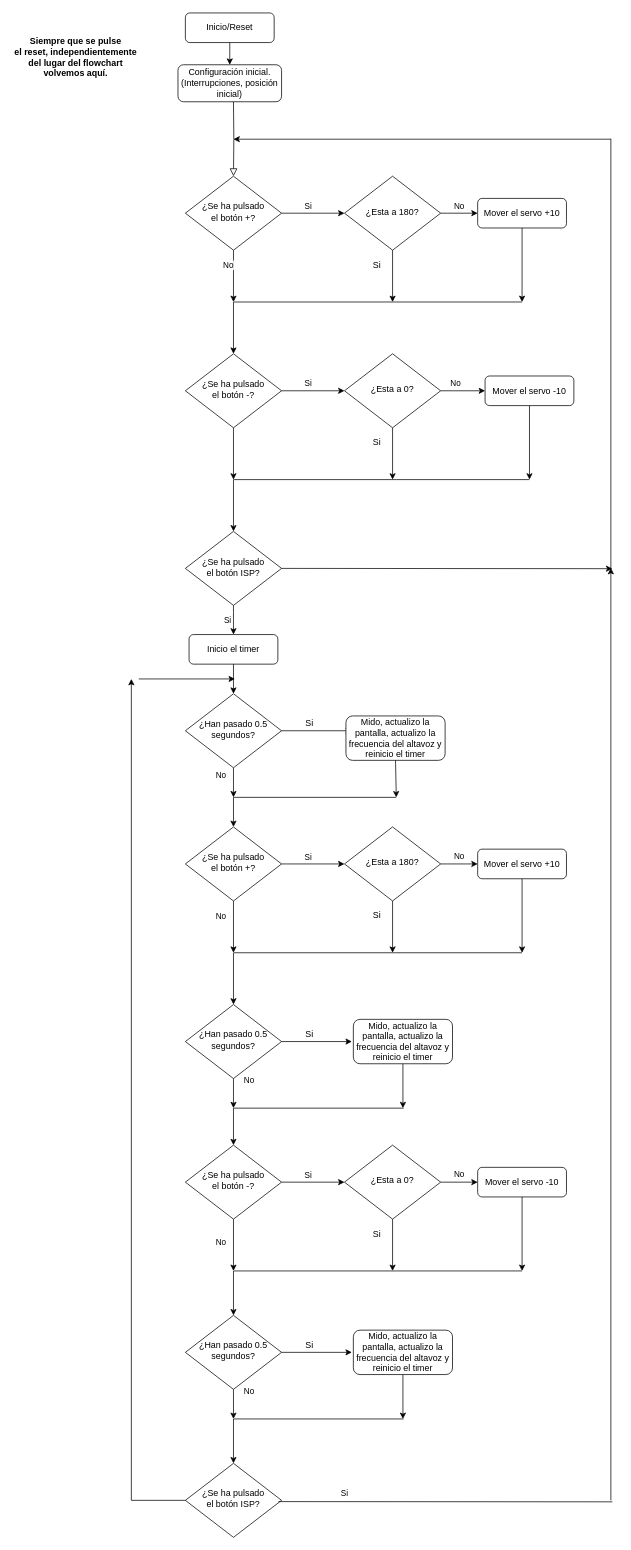
Before: Documentación/Sed_ Manual.drawio in LesmusTrompiz/SED_EC_JO_20-21, a draw.io diagram. Source tidied: cells renumbered, new cells numbered last; positions are measured from the earlier drawing's top-left corner, leaving out a move shared by most shapes. Both pictures are drawn from the tidied source at 74%, with x=0, y=0 at pixel (13, 13).
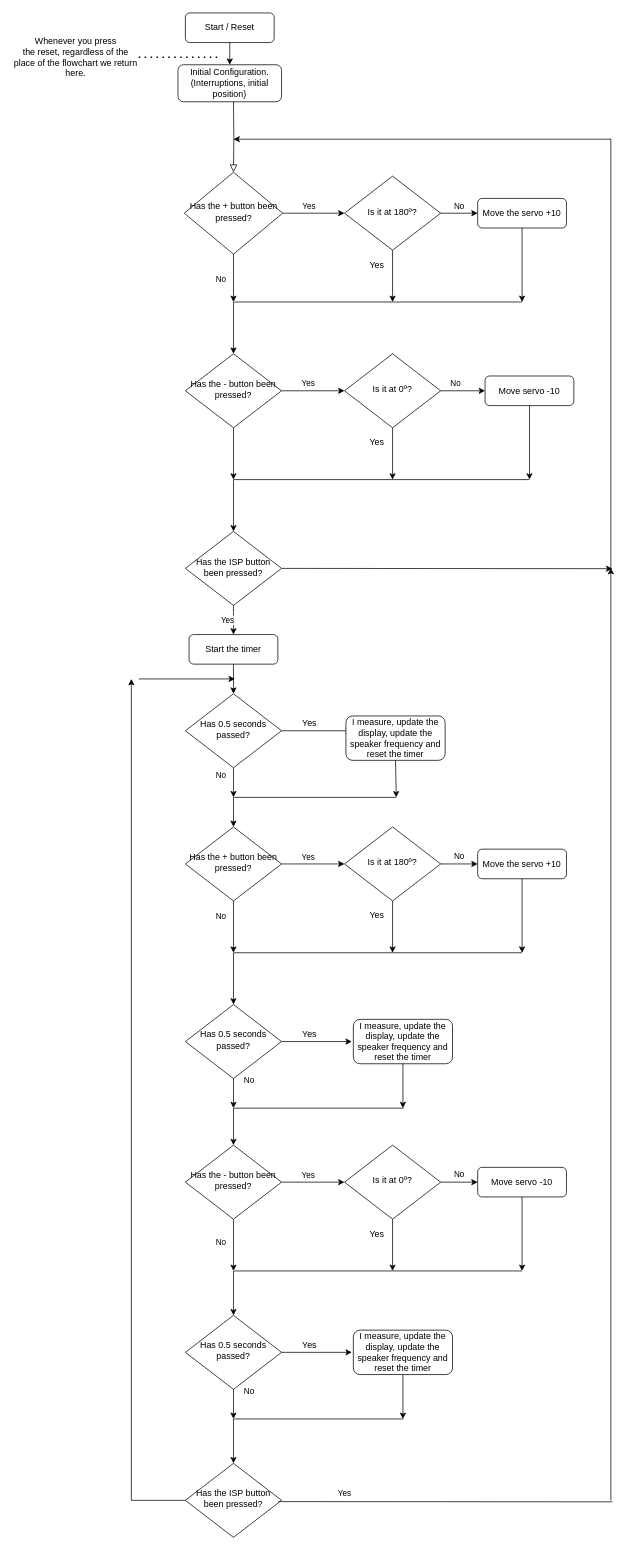
After the change.

The change refers to these unchanged cells:
```xml
<mxCell id="8" style="endArrow=classic;html=1;exitX=1;exitY=0.5;exitDx=0;exitDy=0;" parent="1" edge="1" source="4" target="7">
  <mxGeometry relative="1" as="geometry" />
</mxCell>
<mxCell id="10" style="endArrow=classic;html=1;exitX=0.5;exitY=1;exitDx=0;exitDy=0;" parent="1" edge="1" source="4">
  <mxGeometry relative="1" as="geometry">
    <mxPoint x="298" y="390.6" as="targetPoint" />
  </mxGeometry>
</mxCell>
<mxCell id="22" style="endArrow=classic;html=1;exitX=1;exitY=0.5;exitDx=0;exitDy=0;" parent="1" edge="1" source="19" target="21">
  <mxGeometry relative="1" as="geometry" />
</mxCell>
<mxCell id="45" style="endArrow=classic;html=1;exitX=1;exitY=0.5;exitDx=0;exitDy=0;" parent="1" edge="1" source="42" target="44">
  <mxGeometry relative="1" as="geometry" />
</mxCell>
<mxCell id="72" style="endArrow=classic;html=1;exitX=1;exitY=0.5;exitDx=0;exitDy=0;" parent="1" edge="1" source="69" target="71">
  <mxGeometry relative="1" as="geometry" />
</mxCell>
<mxCell id="94" style="endArrow=none;html=1;exitX=0.967;exitY=0.517;exitDx=0;exitDy=0;exitPerimeter=0;" parent="1" edge="1" source="93">
  <mxGeometry relative="1" as="geometry">
    <mxPoint x="810" y="2012" as="targetPoint" />
  </mxGeometry>
</mxCell>
```

Diff of the diagram source:
```diff
@@
-    <mxCell id="3" value="Inicio/Reset" style="rounded=1;whiteSpace=wrap;html=1;fontSize=12;glass=0;strokeWidth=1;shadow=0;" parent="1" vertex="1">
+    <mxCell id="3" value="Start / Reset" style="rounded=1;whiteSpace=wrap;html=1;fontSize=12;glass=0;strokeWidth=1;shadow=0;" parent="1" vertex="1">
       <mxGeometry x="233" width="120" height="40" as="geometry" />
     </mxCell>
-    <mxCell id="4" value="¿Se ha pulsado&lt;br&gt;el botón +?" style="rhombus;whiteSpace=wrap;html=1;shadow=0;fontFamily=Helvetica;fontSize=12;align=center;strokeWidth=1;spacing=6;spacingTop=-4;" parent="1" vertex="1">
-      <mxGeometry x="233" y="220.6" width="130" height="100" as="geometry" />
+    <mxCell id="4" value="Has the + button been pressed?" style="rhombus;whiteSpace=wrap;html=1;shadow=0;fontFamily=Helvetica;fontSize=12;align=center;strokeWidth=1;spacing=6;spacingTop=-4;" parent="1" vertex="1">
+      <mxGeometry x="231.5" y="215.3" width="133" height="110.6" as="geometry" />
     </mxCell>
-    <mxCell id="5" value="Mover el servo +10" style="rounded=1;whiteSpace=wrap;html=1;fontSize=12;glass=0;strokeWidth=1;shadow=0;" parent="1" vertex="1">
+    <mxCell id="5" value="Move the servo +10" style="rounded=1;whiteSpace=wrap;html=1;fontSize=12;glass=0;strokeWidth=1;shadow=0;" parent="1" vertex="1">
       <mxGeometry x="628" y="250.6" width="120" height="40" as="geometry" />
     </mxCell>
-    <mxCell id="6" value="Inicio el timer" style="rounded=1;whiteSpace=wrap;html=1;fontSize=12;glass=0;strokeWidth=1;shadow=0;" parent="1" vertex="1">
+    <mxCell id="6" value="Start the timer" style="rounded=1;whiteSpace=wrap;html=1;fontSize=12;glass=0;strokeWidth=1;shadow=0;" parent="1" vertex="1">
       <mxGeometry x="238" y="840" width="120" height="40" as="geometry" />
     </mxCell>
-    <mxCell id="7" value="¿Esta a 180?" style="rhombus;whiteSpace=wrap;html=1;shadow=0;fontFamily=Helvetica;fontSize=12;align=center;strokeWidth=1;spacing=6;spacingTop=-4;" parent="1" vertex="1">
+    <mxCell id="7" value="Is it at 180º?" style="rhombus;whiteSpace=wrap;html=1;shadow=0;fontFamily=Helvetica;fontSize=12;align=center;strokeWidth=1;spacing=6;spacingTop=-4;" parent="1" vertex="1">
       <mxGeometry x="448" y="220.6" width="130" height="100" as="geometry" />
     </mxCell>
@@
-    <mxCell id="9" value="Si" style="edgeLabel;html=1;align=center;verticalAlign=middle;" parent="8" vertex="1">
+    <mxCell id="9" value="Yes" style="edgeLabel;html=1;align=center;verticalAlign=middle;" parent="8" vertex="1">
       <mxGeometry x="-0.35" y="1" relative="1" as="geometry">
         <mxPoint x="7.6" y="-9" as="offset" />
       </mxGeometry>
     </mxCell>
@@
     <mxCell id="11" value="No" style="edgeLabel;html=1;align=center;verticalAlign=middle;" parent="10" vertex="1">
       <mxGeometry x="-0.4" y="1" relative="1" as="geometry">
-        <mxPoint x="-9" y="-0.8" as="offset" />
+        <mxPoint x="-19" y="14.1" as="offset" />
       </mxGeometry>
     </mxCell>
@@
-    <mxCell id="14" value="Si" style="text;html=1;strokeColor=none;fillColor=none;align=center;verticalAlign=middle;whiteSpace=wrap;rounded=0;" parent="1" vertex="1">
+    <mxCell id="14" value="Yes" style="text;html=1;strokeColor=none;fillColor=none;align=center;verticalAlign=middle;whiteSpace=wrap;rounded=0;" parent="1" vertex="1">
       <mxGeometry x="472" y="330.6" width="40" height="20" as="geometry" />
     </mxCell>
@@
-    <mxCell id="19" value="¿Se ha pulsado&lt;br&gt;el botón -?" style="rhombus;whiteSpace=wrap;html=1;shadow=0;fontFamily=Helvetica;fontSize=12;align=center;strokeWidth=1;spacing=6;spacingTop=-4;" parent="1" vertex="1">
+    <mxCell id="19" value="Has the - button been pressed?" style="rhombus;whiteSpace=wrap;html=1;shadow=0;fontFamily=Helvetica;fontSize=12;align=center;strokeWidth=1;spacing=6;spacingTop=-4;" parent="1" vertex="1">
       <mxGeometry x="233" y="460.6" width="130" height="100" as="geometry" />
     </mxCell>
-    <mxCell id="20" value="Mover el servo -10" style="rounded=1;whiteSpace=wrap;html=1;fontSize=12;glass=0;strokeWidth=1;shadow=0;" parent="1" vertex="1">
+    <mxCell id="20" value="Move servo -10" style="rounded=1;whiteSpace=wrap;html=1;fontSize=12;glass=0;strokeWidth=1;shadow=0;" parent="1" vertex="1">
       <mxGeometry x="638" y="490.6" width="120" height="40" as="geometry" />
     </mxCell>
-    <mxCell id="21" value="¿Esta a 0?" style="rhombus;whiteSpace=wrap;html=1;shadow=0;fontFamily=Helvetica;fontSize=12;align=center;strokeWidth=1;spacing=6;spacingTop=-4;" parent="1" vertex="1">
+    <mxCell id="21" value="Is it at 0º?" style="rhombus;whiteSpace=wrap;html=1;shadow=0;fontFamily=Helvetica;fontSize=12;align=center;strokeWidth=1;spacing=6;spacingTop=-4;" parent="1" vertex="1">
       <mxGeometry x="448" y="460.6" width="130" height="100" as="geometry" />
     </mxCell>
@@
-    <mxCell id="23" value="Si" style="edgeLabel;html=1;align=center;verticalAlign=middle;" parent="22" vertex="1">
+    <mxCell id="23" value="Yes" style="edgeLabel;html=1;align=center;verticalAlign=middle;" parent="22" vertex="1">
       <mxGeometry x="-0.35" y="1" relative="1" as="geometry">
         <mxPoint x="7.6" y="-9" as="offset" />
       </mxGeometry>
     </mxCell>
@@
-    <mxCell id="27" value="Si" style="text;html=1;strokeColor=none;fillColor=none;align=center;verticalAlign=middle;whiteSpace=wrap;rounded=0;" parent="1" vertex="1">
+    <mxCell id="27" value="Yes" style="text;html=1;strokeColor=none;fillColor=none;align=center;verticalAlign=middle;whiteSpace=wrap;rounded=0;" parent="1" vertex="1">
       <mxGeometry x="472" y="570.6" width="40" height="20" as="geometry" />
     </mxCell>
@@
-    <mxCell id="32" value="¿Se ha pulsado&lt;br&gt;el botón ISP?" style="rhombus;whiteSpace=wrap;html=1;shadow=0;fontFamily=Helvetica;fontSize=12;align=center;strokeWidth=1;spacing=6;spacingTop=-4;" parent="1" vertex="1">
+    <mxCell id="32" value="Has the ISP button been pressed?" style="rhombus;whiteSpace=wrap;html=1;shadow=0;fontFamily=Helvetica;fontSize=12;align=center;strokeWidth=1;spacing=6;spacingTop=-4;" parent="1" vertex="1">
       <mxGeometry x="233" y="700.6" width="130" height="100" as="geometry" />
     </mxCell>
@@
-    <mxCell id="35" value="Si" style="endArrow=classic;html=1;exitX=0.5;exitY=1;exitDx=0;exitDy=0;entryX=0.5;entryY=0;entryDx=0;entryDy=0;" parent="1" edge="1" source="32" target="6">
+    <mxCell id="35" value="Yes" style="endArrow=classic;html=1;exitX=0.5;exitY=1;exitDx=0;exitDy=0;entryX=0.5;entryY=0;entryDx=0;entryDy=0;" parent="1" edge="1" source="32" target="6">
       <mxGeometry x="-0.01" y="-8" relative="1" as="geometry">
         <Array as="points">
           <mxPoint x="298" y="820" />
         </Array>
       </mxGeometry>
     </mxCell>
@@
-    <mxCell id="37" value="¿Han pasado 0.5 segundos?" style="rhombus;whiteSpace=wrap;html=1;shadow=0;fontFamily=Helvetica;fontSize=12;align=center;strokeWidth=1;spacing=6;spacingTop=-4;" parent="1" vertex="1">
+    <mxCell id="37" value="Has 0.5 seconds passed?" style="rhombus;whiteSpace=wrap;html=1;shadow=0;fontFamily=Helvetica;fontSize=12;align=center;strokeWidth=1;spacing=6;spacingTop=-4;" parent="1" vertex="1">
       <mxGeometry x="233" y="920" width="130" height="100" as="geometry" />
     </mxCell>
@@
-    <mxCell id="40" value="Configuración inicial.(Interrupciones, posición inicial)" style="rounded=1;whiteSpace=wrap;html=1;fontSize=12;glass=0;strokeWidth=1;shadow=0;" parent="1" vertex="1">
+    <mxCell id="40" value="Initial Configuration. (Interruptions, initial position)" style="rounded=1;whiteSpace=wrap;html=1;fontSize=12;glass=0;strokeWidth=1;shadow=0;" parent="1" vertex="1">
       <mxGeometry x="223" y="70" width="140" height="50" as="geometry" />
     </mxCell>
@@
-    <mxCell id="42" value="¿Se ha pulsado&lt;br&gt;el botón +?" style="rhombus;whiteSpace=wrap;html=1;shadow=0;fontFamily=Helvetica;fontSize=12;align=center;strokeWidth=1;spacing=6;spacingTop=-4;" parent="1" vertex="1">
+    <mxCell id="42" value="Has the + button been pressed?" style="rhombus;whiteSpace=wrap;html=1;shadow=0;fontFamily=Helvetica;fontSize=12;align=center;strokeWidth=1;spacing=6;spacingTop=-4;" parent="1" vertex="1">
       <mxGeometry x="233" y="1100" width="130" height="100" as="geometry" />
     </mxCell>
-    <mxCell id="43" value="Mover el servo +10" style="rounded=1;whiteSpace=wrap;html=1;fontSize=12;glass=0;strokeWidth=1;shadow=0;" parent="1" vertex="1">
+    <mxCell id="43" value="Move the servo +10" style="rounded=1;whiteSpace=wrap;html=1;fontSize=12;glass=0;strokeWidth=1;shadow=0;" parent="1" vertex="1">
       <mxGeometry x="628" y="1130" width="120" height="40" as="geometry" />
     </mxCell>
-    <mxCell id="44" value="¿Esta a 180?" style="rhombus;whiteSpace=wrap;html=1;shadow=0;fontFamily=Helvetica;fontSize=12;align=center;strokeWidth=1;spacing=6;spacingTop=-4;" parent="1" vertex="1">
+    <mxCell id="44" value="Is it at 180º?" style="rhombus;whiteSpace=wrap;html=1;shadow=0;fontFamily=Helvetica;fontSize=12;align=center;strokeWidth=1;spacing=6;spacingTop=-4;" parent="1" vertex="1">
       <mxGeometry x="448" y="1100" width="130" height="100" as="geometry" />
     </mxCell>
@@
-    <mxCell id="46" value="Si" style="edgeLabel;html=1;align=center;verticalAlign=middle;" parent="45" vertex="1">
+    <mxCell id="46" value="Yes" style="edgeLabel;html=1;align=center;verticalAlign=middle;" parent="45" vertex="1">
       <mxGeometry x="-0.35" y="1" relative="1" as="geometry">
         <mxPoint x="7.6" y="-9" as="offset" />
       </mxGeometry>
     </mxCell>
@@
-    <mxCell id="51" value="Si" style="text;html=1;strokeColor=none;fillColor=none;align=center;verticalAlign=middle;whiteSpace=wrap;rounded=0;" parent="1" vertex="1">
+    <mxCell id="51" value="Yes" style="text;html=1;strokeColor=none;fillColor=none;align=center;verticalAlign=middle;whiteSpace=wrap;rounded=0;" parent="1" vertex="1">
       <mxGeometry x="472" y="1210" width="40" height="20" as="geometry" />
     </mxCell>
@@
-    <mxCell id="57" value="Si" style="text;html=1;strokeColor=none;fillColor=none;align=center;verticalAlign=middle;whiteSpace=wrap;rounded=0;" parent="1" vertex="1">
+    <mxCell id="57" value="Yes" style="text;html=1;strokeColor=none;fillColor=none;align=center;verticalAlign=middle;whiteSpace=wrap;rounded=0;" parent="1" vertex="1">
       <mxGeometry x="381" y="950" width="40" height="20" as="geometry" />
     </mxCell>
-    <mxCell id="58" value="Mido, actualizo la pantalla, actualizo la frecuencia del altavoz y reinicio el timer" style="rounded=1;whiteSpace=wrap;html=1;fontSize=12;glass=0;strokeWidth=1;shadow=0;" parent="1" vertex="1">
+    <mxCell id="58" value="I measure, update the display, update the speaker frequency and reset the timer" style="rounded=1;whiteSpace=wrap;html=1;fontSize=12;glass=0;strokeWidth=1;shadow=0;" parent="1" vertex="1">
       <mxGeometry x="450" y="950" width="134" height="60" as="geometry" />
     </mxCell>
@@
-    <mxCell id="62" value="¿Han pasado 0.5 segundos?" style="rhombus;whiteSpace=wrap;html=1;shadow=0;fontFamily=Helvetica;fontSize=12;align=center;strokeWidth=1;spacing=6;spacingTop=-4;" parent="1" vertex="1">
+    <mxCell id="62" value="Has 0.5 seconds passed?" style="rhombus;whiteSpace=wrap;html=1;shadow=0;fontFamily=Helvetica;fontSize=12;align=center;strokeWidth=1;spacing=6;spacingTop=-4;" parent="1" vertex="1">
       <mxGeometry x="233" y="1340" width="130" height="100" as="geometry" />
     </mxCell>
@@
-    <mxCell id="66" value="Si" style="text;html=1;strokeColor=none;fillColor=none;align=center;verticalAlign=middle;whiteSpace=wrap;rounded=0;" parent="1" vertex="1">
+    <mxCell id="66" value="Yes" style="text;html=1;strokeColor=none;fillColor=none;align=center;verticalAlign=middle;whiteSpace=wrap;rounded=0;" parent="1" vertex="1">
       <mxGeometry x="381" y="1370" width="40" height="20" as="geometry" />
     </mxCell>
@@
-    <mxCell id="69" value="¿Se ha pulsado&lt;br&gt;el botón -?" style="rhombus;whiteSpace=wrap;html=1;shadow=0;fontFamily=Helvetica;fontSize=12;align=center;strokeWidth=1;spacing=6;spacingTop=-4;" parent="1" vertex="1">
+    <mxCell id="69" value="Has the - button been pressed?" style="rhombus;whiteSpace=wrap;html=1;shadow=0;fontFamily=Helvetica;fontSize=12;align=center;strokeWidth=1;spacing=6;spacingTop=-4;" parent="1" vertex="1">
       <mxGeometry x="233" y="1530" width="130" height="100" as="geometry" />
     </mxCell>
-    <mxCell id="70" value="Mover el servo -10" style="rounded=1;whiteSpace=wrap;html=1;fontSize=12;glass=0;strokeWidth=1;shadow=0;" parent="1" vertex="1">
+    <mxCell id="70" value="Move servo -10" style="rounded=1;whiteSpace=wrap;html=1;fontSize=12;glass=0;strokeWidth=1;shadow=0;" parent="1" vertex="1">
       <mxGeometry x="628" y="1560" width="120" height="40" as="geometry" />
     </mxCell>
-    <mxCell id="71" value="¿Esta a 0?" style="rhombus;whiteSpace=wrap;html=1;shadow=0;fontFamily=Helvetica;fontSize=12;align=center;strokeWidth=1;spacing=6;spacingTop=-4;" parent="1" vertex="1">
+    <mxCell id="71" value="Is it at 0º?" style="rhombus;whiteSpace=wrap;html=1;shadow=0;fontFamily=Helvetica;fontSize=12;align=center;strokeWidth=1;spacing=6;spacingTop=-4;" parent="1" vertex="1">
       <mxGeometry x="448" y="1530" width="130" height="100" as="geometry" />
     </mxCell>
@@
-    <mxCell id="73" value="Si" style="edgeLabel;html=1;align=center;verticalAlign=middle;" parent="72" vertex="1">
+    <mxCell id="73" value="Yes" style="edgeLabel;html=1;align=center;verticalAlign=middle;" parent="72" vertex="1">
       <mxGeometry x="-0.35" y="1" relative="1" as="geometry">
         <mxPoint x="7.6" y="-9" as="offset" />
       </mxGeometry>
     </mxCell>
@@
-    <mxCell id="78" value="Si" style="text;html=1;strokeColor=none;fillColor=none;align=center;verticalAlign=middle;whiteSpace=wrap;rounded=0;" parent="1" vertex="1">
+    <mxCell id="78" value="Yes" style="text;html=1;strokeColor=none;fillColor=none;align=center;verticalAlign=middle;whiteSpace=wrap;rounded=0;" parent="1" vertex="1">
       <mxGeometry x="472" y="1640" width="40" height="20" as="geometry" />
     </mxCell>
@@
-    <mxCell id="83" value="Mido, actualizo la pantalla, actualizo la frecuencia del altavoz y reinicio el timer" style="rounded=1;whiteSpace=wrap;html=1;fontSize=12;glass=0;strokeWidth=1;shadow=0;" parent="1" vertex="1">
+    <mxCell id="83" value="I measure, update the display, update the speaker frequency and reset the timer" style="rounded=1;whiteSpace=wrap;html=1;fontSize=12;glass=0;strokeWidth=1;shadow=0;" parent="1" vertex="1">
       <mxGeometry x="460" y="1360" width="134" height="60" as="geometry" />
     </mxCell>
-    <mxCell id="84" value="¿Han pasado 0.5 segundos?" style="rhombus;whiteSpace=wrap;html=1;shadow=0;fontFamily=Helvetica;fontSize=12;align=center;strokeWidth=1;spacing=6;spacingTop=-4;" parent="1" vertex="1">
+    <mxCell id="84" value="Has 0.5 seconds passed?" style="rhombus;whiteSpace=wrap;html=1;shadow=0;fontFamily=Helvetica;fontSize=12;align=center;strokeWidth=1;spacing=6;spacingTop=-4;" parent="1" vertex="1">
       <mxGeometry x="233" y="1760" width="130" height="100" as="geometry" />
     </mxCell>
@@
-    <mxCell id="88" value="Si" style="text;html=1;strokeColor=none;fillColor=none;align=center;verticalAlign=middle;whiteSpace=wrap;rounded=0;" parent="1" vertex="1">
+    <mxCell id="88" value="Yes" style="text;html=1;strokeColor=none;fillColor=none;align=center;verticalAlign=middle;whiteSpace=wrap;rounded=0;" parent="1" vertex="1">
       <mxGeometry x="381" y="1790" width="40" height="20" as="geometry" />
     </mxCell>
@@
-    <mxCell id="91" value="Mido, actualizo la pantalla, actualizo la frecuencia del altavoz y reinicio el timer" style="rounded=1;whiteSpace=wrap;html=1;fontSize=12;glass=0;strokeWidth=1;shadow=0;" parent="1" vertex="1">
+    <mxCell id="91" value="I measure, update the display, update the speaker frequency and reset the timer" style="rounded=1;whiteSpace=wrap;html=1;fontSize=12;glass=0;strokeWidth=1;shadow=0;" parent="1" vertex="1">
       <mxGeometry x="460" y="1780" width="134" height="60" as="geometry" />
     </mxCell>
@@
-    <mxCell id="93" value="¿Se ha pulsado&lt;br&gt;el botón ISP?" style="rhombus;whiteSpace=wrap;html=1;shadow=0;fontFamily=Helvetica;fontSize=12;align=center;strokeWidth=1;spacing=6;spacingTop=-4;" parent="1" vertex="1">
+    <mxCell id="93" value="&lt;div&gt;Has the ISP button been pressed?&lt;/div&gt;" style="rhombus;whiteSpace=wrap;html=1;shadow=0;fontFamily=Helvetica;fontSize=12;align=center;strokeWidth=1;spacing=6;spacingTop=-4;" parent="1" vertex="1">
       <mxGeometry x="233" y="1960" width="130" height="100" as="geometry" />
     </mxCell>
@@
-    <mxCell id="95" value="Si&lt;br&gt;" style="edgeLabel;html=1;align=center;verticalAlign=middle;" parent="94" vertex="1">
+    <mxCell id="95" value="Yes" style="edgeLabel;html=1;align=center;verticalAlign=middle;" parent="94" vertex="1">
       <mxGeometry x="-0.65" y="1" relative="1" as="geometry">
         <mxPoint x="9.3" y="-10.8" as="offset" />
       </mxGeometry>
     </mxCell>
@@
-    <mxCell id="102" value="&lt;b&gt;Siempre que se pulse&lt;br&gt;el reset, independientemente del lugar del flowchart volvemos aquí.&lt;/b&gt;" style="text;html=1;strokeColor=none;fillColor=none;align=center;verticalAlign=middle;whiteSpace=wrap;rounded=0;" parent="1" vertex="1">
+    <mxCell id="102" value="Whenever you press&lt;br&gt;the reset, regardless of the place of the flowchart we return here." style="text;html=1;strokeColor=none;fillColor=none;align=center;verticalAlign=middle;whiteSpace=wrap;rounded=0;" parent="1" vertex="1">
       <mxGeometry y="20" width="170" height="80" as="geometry" />
     </mxCell>
@@
+    <mxCell id="104" style="endArrow=none;dashed=1;html=1;dashPattern=1 3;strokeWidth=2;labelBackgroundColor=none;exitX=1;exitY=0.5;exitDx=0;exitDy=0;" parent="1" edge="1" source="102">
+      <mxGeometry relative="1" as="geometry">
+        <mxPoint x="280" y="60" as="targetPoint" />
+      </mxGeometry>
+    </mxCell>
```
